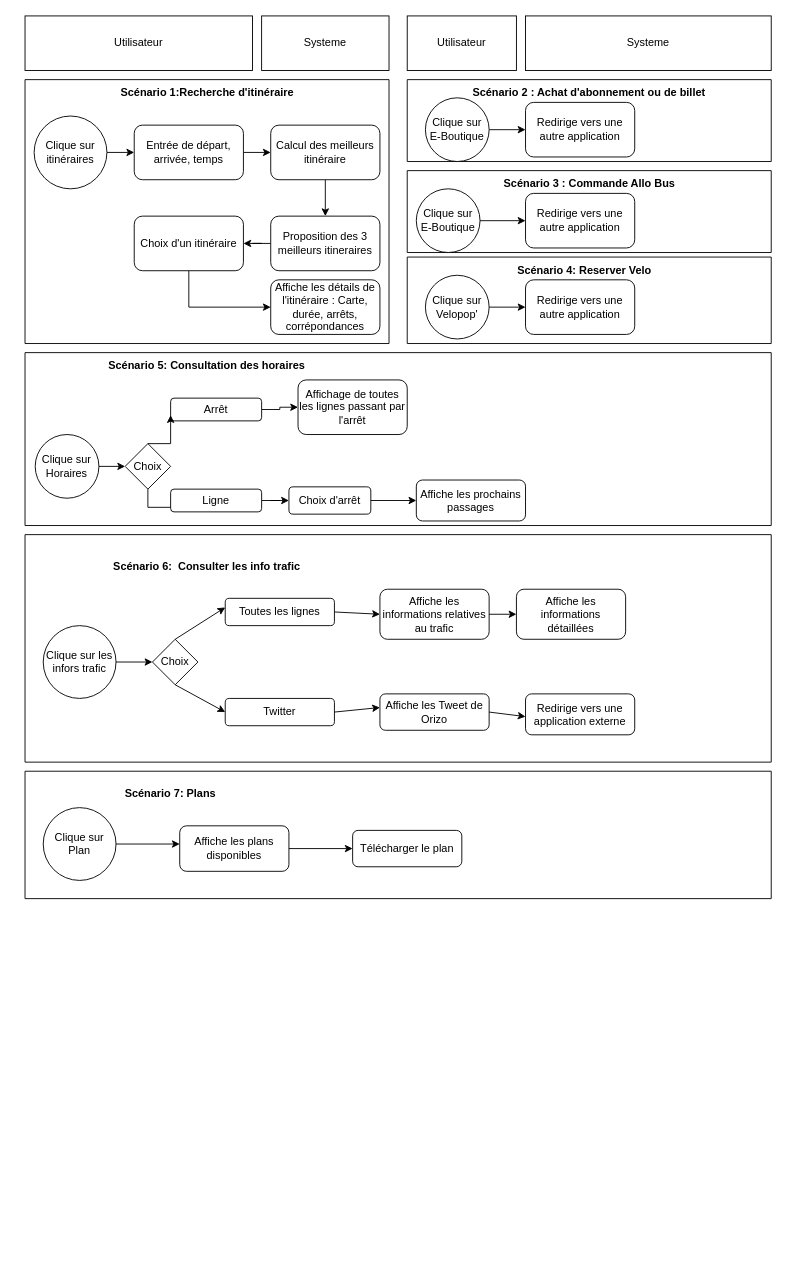
Before: Untitled Diagram.drawio in RimAmarat/AuditSysteme, a draw.io diagram. Source tidied: cells renumbered, new cells numbered last; positions are measured from the earlier drawing's top-left corner, leaving out a move shared by most shapes. Both pictures are drawn from the tidied source at 91%, with x=0, y=0 at pixel (25, 15).
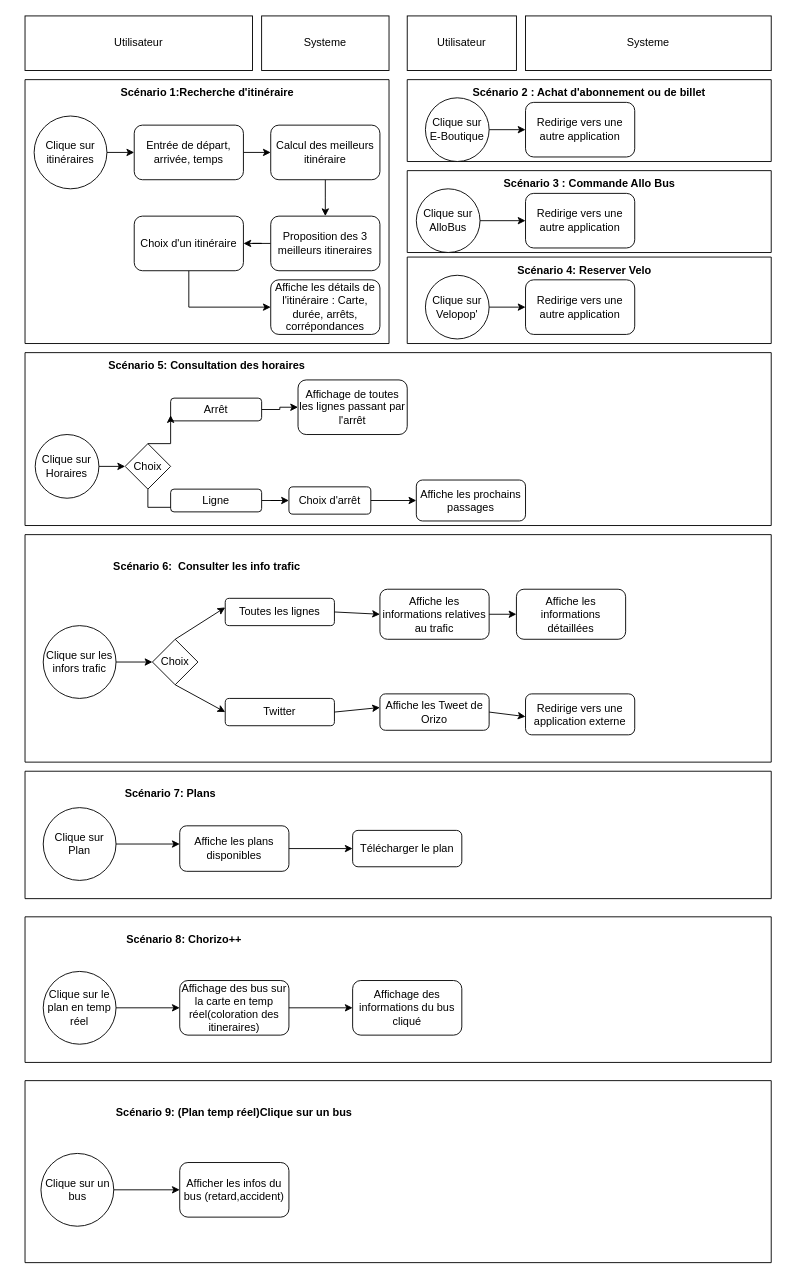
The same page after the edit.

The change refers to these unchanged cells:
```xml
<mxCell id="22" style="swimlane;startSize=0;" parent="1" vertex="1">
  <mxGeometry x="420" y="170" width="400" height="90" as="geometry" />
</mxCell>
```

What changed in the source:
```diff
@@
-    <mxCell id="24" value="&lt;div&gt;Clique sur E-Boutique&lt;/div&gt;" style="ellipse;whiteSpace=wrap;html=1;" parent="22" vertex="1">
+    <mxCell id="24" value="&lt;div&gt;Clique sur AlloBus&lt;/div&gt;" style="ellipse;whiteSpace=wrap;html=1;" parent="22" vertex="1">
       <mxGeometry x="10" y="20" width="70" height="70" as="geometry" />
     </mxCell>
@@
+    <mxCell id="73" style="swimlane;startSize=0;" parent="1" vertex="1">
+      <mxGeometry y="990" width="820" height="160" as="geometry" />
+    </mxCell>
+    <mxCell id="74" value="Clique sur le plan en temp réel" style="ellipse;whiteSpace=wrap;html=1;" parent="73" vertex="1">
+      <mxGeometry x="20" y="60" width="80" height="80" as="geometry" />
+    </mxCell>
+    <mxCell id="75" value="Affichage des bus sur la carte en temp réel(coloration des itineraires)" style="rounded=1;whiteSpace=wrap;html=1;" parent="73" vertex="1">
+      <mxGeometry x="170" y="70" width="120" height="60" as="geometry" />
+    </mxCell>
+    <mxCell id="76" style="endArrow=classic;html=1;rounded=0;entryX=0;entryY=0.5;entryDx=0;entryDy=0;" parent="73" edge="1" target="75">
+      <mxGeometry relative="1" as="geometry">
+        <mxPoint x="100" y="100" as="sourcePoint" />
+      </mxGeometry>
+    </mxCell>
+    <mxCell id="77" value="Affichage des informations du bus cliqué" style="rounded=1;whiteSpace=wrap;html=1;" parent="73" vertex="1">
+      <mxGeometry x="360" y="70" width="120" height="60" as="geometry" />
+    </mxCell>
+    <mxCell id="78" style="endArrow=classic;html=1;rounded=0;entryX=0;entryY=0.5;entryDx=0;entryDy=0;" parent="73" edge="1" target="77">
+      <mxGeometry relative="1" as="geometry">
+        <mxPoint x="290" y="100" as="sourcePoint" />
+      </mxGeometry>
+    </mxCell>
+    <mxCell id="79" value="&lt;b&gt;Scénario 8: Chorizo++&lt;/b&gt;" style="text;html=1;strokeColor=none;fillColor=none;align=center;verticalAlign=middle;whiteSpace=wrap;rounded=0;" parent="73" vertex="1">
+      <mxGeometry x="100" y="10" width="150" height="30" as="geometry" />
+    </mxCell>
+    <mxCell id="80" style="swimlane;startSize=0;" parent="1" vertex="1">
+      <mxGeometry y="1170" width="820" height="200" as="geometry" />
+    </mxCell>
+    <mxCell id="81" value="Clique sur un bus" style="ellipse;whiteSpace=wrap;html=1;" parent="80" vertex="1">
+      <mxGeometry x="17.5" y="80" width="80" height="80" as="geometry" />
+    </mxCell>
+    <mxCell id="82" value="Afficher les infos du bus (retard,accident)" style="rounded=1;whiteSpace=wrap;html=1;" parent="80" vertex="1">
+      <mxGeometry x="170" y="90" width="120" height="60" as="geometry" />
+    </mxCell>
+    <mxCell id="83" style="endArrow=classic;html=1;rounded=0;entryX=0;entryY=0.5;entryDx=0;entryDy=0;" parent="80" edge="1" target="82">
+      <mxGeometry relative="1" as="geometry">
+        <mxPoint x="97.5" y="120" as="sourcePoint" />
+      </mxGeometry>
+    </mxCell>
+    <mxCell id="84" value="&lt;b&gt;Scénario 9: (Plan temp réel)Clique sur un bus&lt;/b&gt;" style="text;html=1;strokeColor=none;fillColor=none;align=center;verticalAlign=middle;whiteSpace=wrap;rounded=0;" parent="80" vertex="1">
+      <mxGeometry x="-10" y="20" width="480" height="30" as="geometry" />
+    </mxCell>
```
